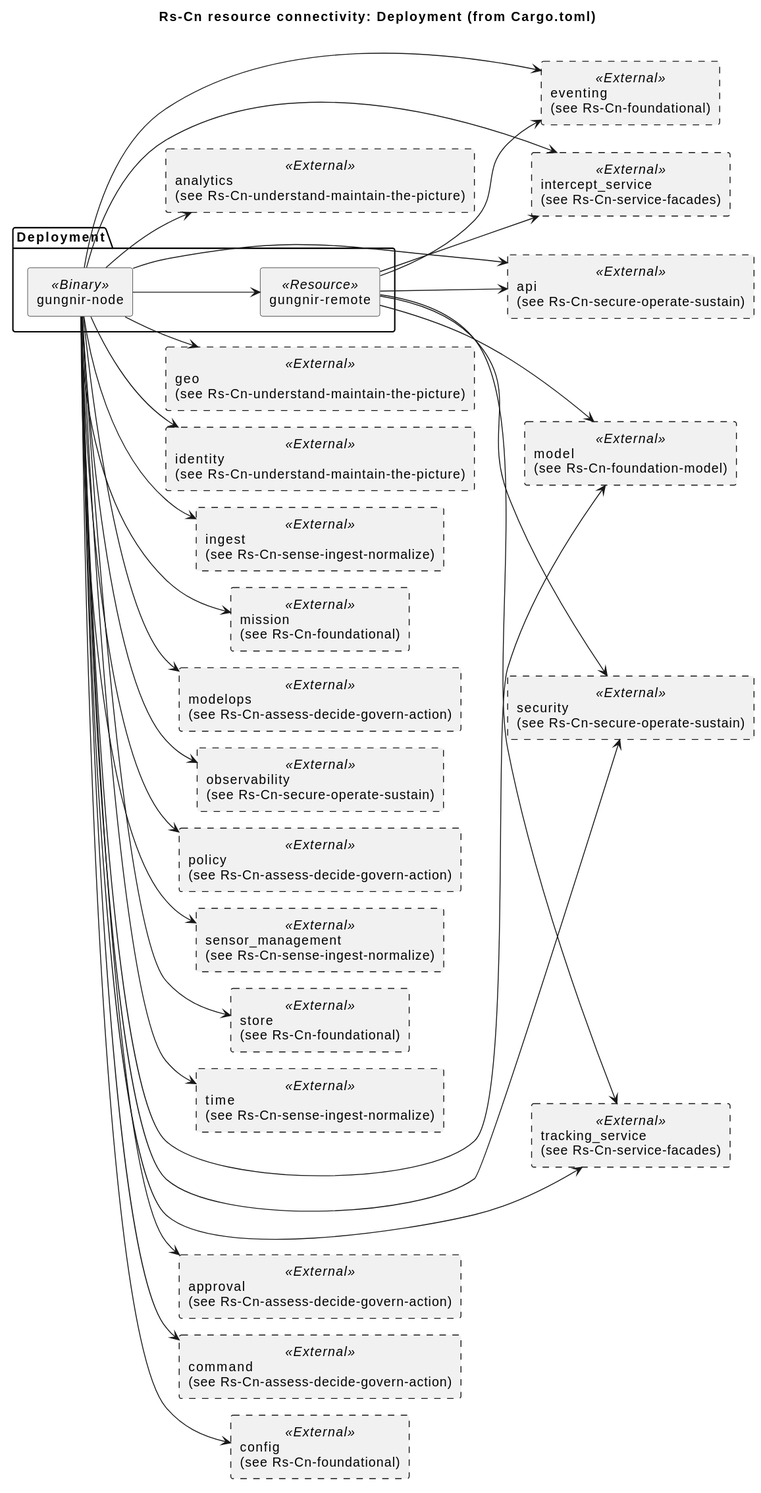
This is docs/architecture/uaf/rendered/resources/Rs-Cn-deployment.svg from WayneRoessling/gungnir, a PlantUML export, as it was before one commit.
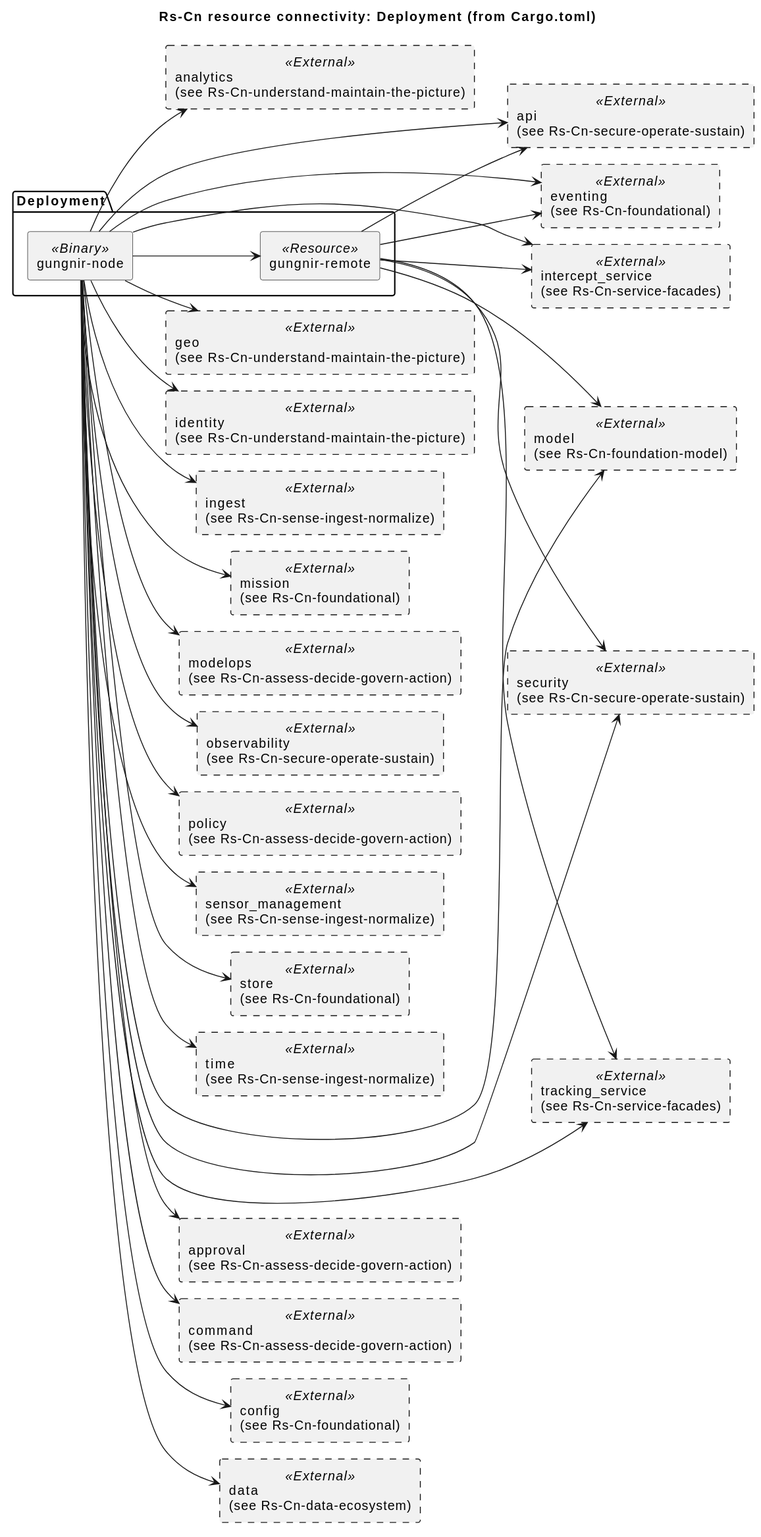
Later version of the same file.

Diff of the diagram source:
```diff
@@ -13,6 +13,7 @@
 component "approval\n(see Rs-Cn-assess-decide-govern-action)" as RS_approval <<External>> #line.dashed
 component "command\n(see Rs-Cn-assess-decide-govern-action)" as RS_command <<External>> #line.dashed
 component "config\n(see Rs-Cn-foundational)" as RS_config <<External>> #line.dashed
+component "data\n(see Rs-Cn-data-ecosystem)" as RS_data <<External>> #line.dashed
 component "eventing\n(see Rs-Cn-foundational)" as RS_eventing <<External>> #line.dashed
 component "geo\n(see Rs-Cn-understand-maintain-the-picture)" as RS_geo <<External>> #line.dashed
 component "identity\n(see Rs-Cn-understand-maintain-the-picture)" as RS_identity <<External>> #line.dashed
@@ -49,6 +50,7 @@
 RS_node --> RS_command
 RS_node --> RS_analytics
 RS_node --> RS_observability
+RS_node --> RS_data
 RS_remote --> RS_security
 RS_remote --> RS_model
 RS_remote --> RS_eventing
```
